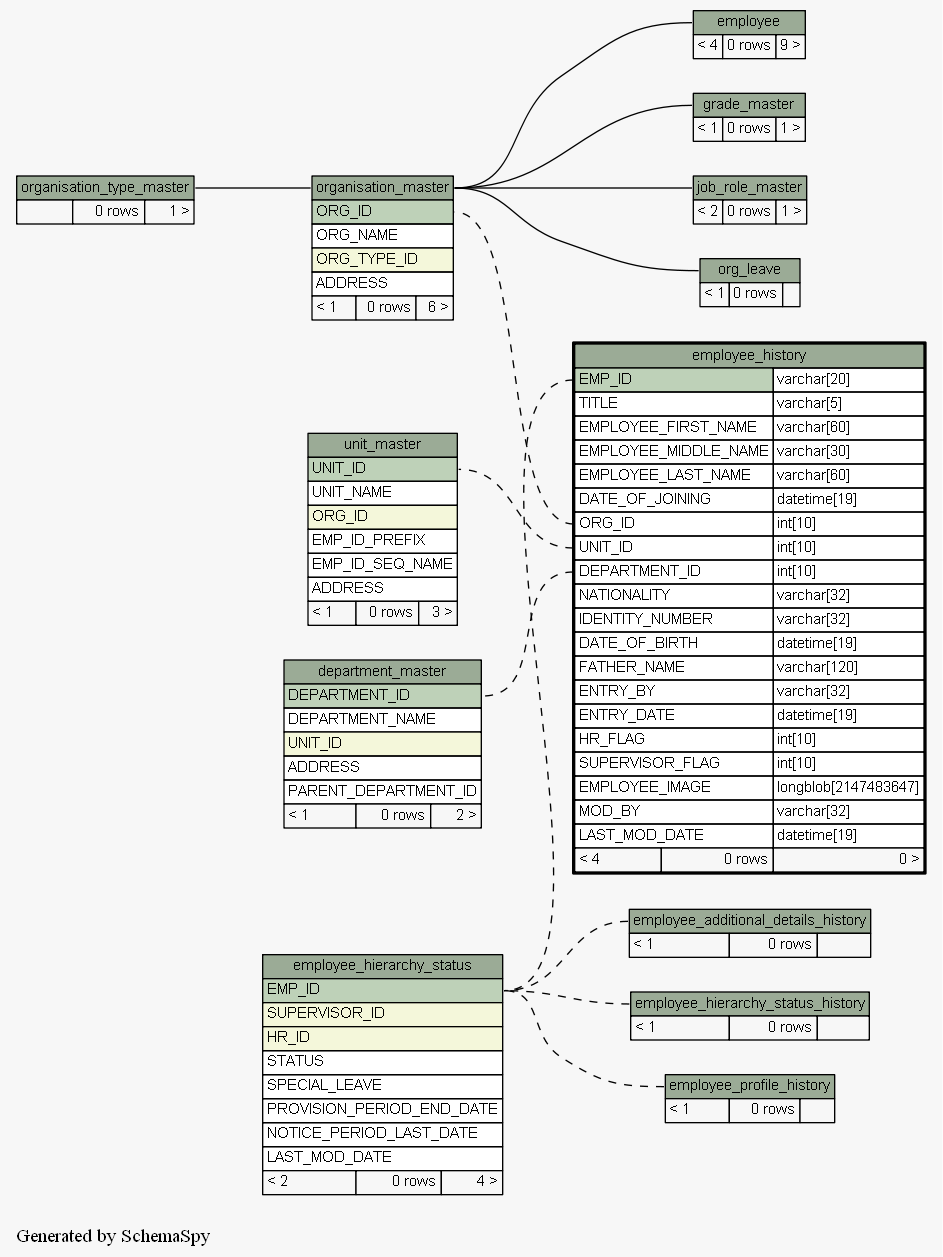
Earlier version of the Graphviz export docs/database/schemaspy/graphs/employee_history.implied2degrees.png (engineerscraft/hrms). Its source is kept beside it as docs/database/schemaspy/graphs/employee_history.implied2degrees.dot. The source it was exported from:
```dot
digraph "impliedTwoDegreesRelationshipsGraph" {
  graph [
    rankdir="RL"
    bgcolor="#f7f7f7"
    label="\nGenerated by SchemaSpy"
    labeljust="l"
  ];
  node [
    fontname="Helvetica"
    fontsize="11"
    shape="plaintext"
  ];
  edge [
    arrowsize="0.8"
  ];
  "employee":"employee.heading":w -> "organisation_master":"organisation_master.heading":e [arrowtail=crowodot arrowhead=none];
  "employee_additional_details_history":"employee_additional_details_history.heading":w -> "employee_hierarchy_status":"EMP_ID":e [arrowtail=crowodot arrowhead=none style=dashed];
  "employee_hierarchy_status_history":"employee_hierarchy_status_history.heading":w -> "employee_hierarchy_status":"EMP_ID":e [arrowtail=tee arrowhead=none style=dashed];
  "employee_history":"DEPARTMENT_ID":w -> "department_master":"DEPARTMENT_ID":e [arrowtail=crowodot arrowhead=none style=dashed];
  "employee_history":"EMP_ID":w -> "employee_hierarchy_status":"EMP_ID":e [arrowtail=tee arrowhead=none style=dashed];
  "employee_history":"ORG_ID":w -> "organisation_master":"ORG_ID":e [arrowtail=crowodot arrowhead=none style=dashed];
  "employee_history":"UNIT_ID":w -> "unit_master":"UNIT_ID":e [arrowtail=crowodot arrowhead=none style=dashed];
  "employee_profile_history":"employee_profile_history.heading":w -> "employee_hierarchy_status":"EMP_ID":e [arrowtail=crowodot arrowhead=none style=dashed];
  "grade_master":"grade_master.heading":w -> "organisation_master":"organisation_master.heading":e [arrowtail=crowodot arrowhead=none];
  "job_role_master":"job_role_master.heading":w -> "organisation_master":"organisation_master.heading":e [arrowtail=crowodot arrowhead=none];
  "org_leave":"org_leave.heading":w -> "organisation_master":"organisation_master.heading":e [arrowtail=crowodot arrowhead=none];
  "organisation_master":"organisation_master.heading":w -> "organisation_type_master":"organisation_type_master.heading":e [arrowtail=crowodot arrowhead=none];
  "department_master" [
    label=<
    <TABLE BORDER="0" CELLBORDER="1" CELLSPACING="0" BGCOLOR="#ffffff">
      <TR><TD PORT="department_master.heading" COLSPAN="3" BGCOLOR="#9bab96" ALIGN="CENTER">department_master</TD></TR>
      <TR><TD PORT="DEPARTMENT_ID" COLSPAN="3" BGCOLOR="#bed1b8" ALIGN="LEFT">DEPARTMENT_ID</TD></TR>
      <TR><TD PORT="DEPARTMENT_NAME" COLSPAN="3" ALIGN="LEFT">DEPARTMENT_NAME</TD></TR>
      <TR><TD PORT="UNIT_ID" COLSPAN="3" BGCOLOR="#f4f7da" ALIGN="LEFT">UNIT_ID</TD></TR>
      <TR><TD PORT="ADDRESS" COLSPAN="3" ALIGN="LEFT">ADDRESS</TD></TR>
      <TR><TD PORT="PARENT_DEPARTMENT_ID" COLSPAN="3" ALIGN="LEFT">PARENT_DEPARTMENT_ID</TD></TR>
      <TR><TD ALIGN="LEFT" BGCOLOR="#f7f7f7">&lt; 1</TD><TD ALIGN="RIGHT" BGCOLOR="#f7f7f7">0 rows</TD><TD ALIGN="RIGHT" BGCOLOR="#f7f7f7">2 &gt;</TD></TR>
    </TABLE>>
    URL="department_master.html#graph"
    tooltip="department_master"
  ];
  "employee" [
    label=<
    <TABLE BORDER="0" CELLBORDER="1" CELLSPACING="0" BGCOLOR="#ffffff">
      <TR><TD PORT="employee.heading" COLSPAN="3" BGCOLOR="#9bab96" ALIGN="CENTER">employee</TD></TR>
      <TR><TD ALIGN="LEFT" BGCOLOR="#f7f7f7">&lt; 4</TD><TD ALIGN="RIGHT" BGCOLOR="#f7f7f7">0 rows</TD><TD ALIGN="RIGHT" BGCOLOR="#f7f7f7">9 &gt;</TD></TR>
    </TABLE>>
    URL="employee.html#graph"
    tooltip="employee"
  ];
  "employee_additional_details_history" [
    label=<
    <TABLE BORDER="0" CELLBORDER="1" CELLSPACING="0" BGCOLOR="#ffffff">
      <TR><TD PORT="employee_additional_details_history.heading" COLSPAN="3" BGCOLOR="#9bab96" ALIGN="CENTER">employee_additional_details_history</TD></TR>
      <TR><TD ALIGN="LEFT" BGCOLOR="#f7f7f7">&lt; 1</TD><TD ALIGN="RIGHT" BGCOLOR="#f7f7f7">0 rows</TD><TD ALIGN="RIGHT" BGCOLOR="#f7f7f7">  </TD></TR>
    </TABLE>>
    URL="employee_additional_details_history.html#graph"
    tooltip="employee_additional_details_history"
  ];
  "employee_hierarchy_status" [
    label=<
    <TABLE BORDER="0" CELLBORDER="1" CELLSPACING="0" BGCOLOR="#ffffff">
      <TR><TD PORT="employee_hierarchy_status.heading" COLSPAN="3" BGCOLOR="#9bab96" ALIGN="CENTER">employee_hierarchy_status</TD></TR>
      <TR><TD PORT="EMP_ID" COLSPAN="3" BGCOLOR="#bed1b8" ALIGN="LEFT">EMP_ID</TD></TR>
      <TR><TD PORT="SUPERVISOR_ID" COLSPAN="3" BGCOLOR="#f4f7da" ALIGN="LEFT">SUPERVISOR_ID</TD></TR>
      <TR><TD PORT="HR_ID" COLSPAN="3" BGCOLOR="#f4f7da" ALIGN="LEFT">HR_ID</TD></TR>
      <TR><TD PORT="STATUS" COLSPAN="3" ALIGN="LEFT">STATUS</TD></TR>
      <TR><TD PORT="SPECIAL_LEAVE" COLSPAN="3" ALIGN="LEFT">SPECIAL_LEAVE</TD></TR>
      <TR><TD PORT="PROVISION_PERIOD_END_DATE" COLSPAN="3" ALIGN="LEFT">PROVISION_PERIOD_END_DATE</TD></TR>
      <TR><TD PORT="NOTICE_PERIOD_LAST_DATE" COLSPAN="3" ALIGN="LEFT">NOTICE_PERIOD_LAST_DATE</TD></TR>
      <TR><TD PORT="LAST_MOD_DATE" COLSPAN="3" ALIGN="LEFT">LAST_MOD_DATE</TD></TR>
      <TR><TD ALIGN="LEFT" BGCOLOR="#f7f7f7">&lt; 2</TD><TD ALIGN="RIGHT" BGCOLOR="#f7f7f7">0 rows</TD><TD ALIGN="RIGHT" BGCOLOR="#f7f7f7">4 &gt;</TD></TR>
    </TABLE>>
    URL="employee_hierarchy_status.html#graph"
    tooltip="employee_hierarchy_status"
  ];
  "employee_hierarchy_status_history" [
    label=<
    <TABLE BORDER="0" CELLBORDER="1" CELLSPACING="0" BGCOLOR="#ffffff">
      <TR><TD PORT="employee_hierarchy_status_history.heading" COLSPAN="3" BGCOLOR="#9bab96" ALIGN="CENTER">employee_hierarchy_status_history</TD></TR>
      <TR><TD ALIGN="LEFT" BGCOLOR="#f7f7f7">&lt; 1</TD><TD ALIGN="RIGHT" BGCOLOR="#f7f7f7">0 rows</TD><TD ALIGN="RIGHT" BGCOLOR="#f7f7f7">  </TD></TR>
    </TABLE>>
    URL="employee_hierarchy_status_history.html#graph"
    tooltip="employee_hierarchy_status_history"
  ];
  "employee_history" [
    label=<
    <TABLE BORDER="2" CELLBORDER="1" CELLSPACING="0" BGCOLOR="#ffffff">
      <TR><TD PORT="employee_history.heading" COLSPAN="3" BGCOLOR="#9bab96" ALIGN="CENTER">employee_history</TD></TR>
      <TR><TD PORT="EMP_ID" COLSPAN="2" BGCOLOR="#bed1b8" ALIGN="LEFT">EMP_ID</TD><TD PORT="EMP_ID.type" ALIGN="LEFT">varchar[20]</TD></TR>
      <TR><TD PORT="TITLE" COLSPAN="2" ALIGN="LEFT">TITLE</TD><TD PORT="TITLE.type" ALIGN="LEFT">varchar[5]</TD></TR>
      <TR><TD PORT="EMPLOYEE_FIRST_NAME" COLSPAN="2" ALIGN="LEFT">EMPLOYEE_FIRST_NAME</TD><TD PORT="EMPLOYEE_FIRST_NAME.type" ALIGN="LEFT">varchar[60]</TD></TR>
      <TR><TD PORT="EMPLOYEE_MIDDLE_NAME" COLSPAN="2" ALIGN="LEFT">EMPLOYEE_MIDDLE_NAME</TD><TD PORT="EMPLOYEE_MIDDLE_NAME.type" ALIGN="LEFT">varchar[30]</TD></TR>
      <TR><TD PORT="EMPLOYEE_LAST_NAME" COLSPAN="2" ALIGN="LEFT">EMPLOYEE_LAST_NAME</TD><TD PORT="EMPLOYEE_LAST_NAME.type" ALIGN="LEFT">varchar[60]</TD></TR>
      <TR><TD PORT="DATE_OF_JOINING" COLSPAN="2" ALIGN="LEFT">DATE_OF_JOINING</TD><TD PORT="DATE_OF_JOINING.type" ALIGN="LEFT">datetime[19]</TD></TR>
      <TR><TD PORT="ORG_ID" COLSPAN="2" ALIGN="LEFT">ORG_ID</TD><TD PORT="ORG_ID.type" ALIGN="LEFT">int[10]</TD></TR>
      <TR><TD PORT="UNIT_ID" COLSPAN="2" ALIGN="LEFT">UNIT_ID</TD><TD PORT="UNIT_ID.type" ALIGN="LEFT">int[10]</TD></TR>
      <TR><TD PORT="DEPARTMENT_ID" COLSPAN="2" ALIGN="LEFT">DEPARTMENT_ID</TD><TD PORT="DEPARTMENT_ID.type" ALIGN="LEFT">int[10]</TD></TR>
      <TR><TD PORT="NATIONALITY" COLSPAN="2" ALIGN="LEFT">NATIONALITY</TD><TD PORT="NATIONALITY.type" ALIGN="LEFT">varchar[32]</TD></TR>
      <TR><TD PORT="IDENTITY_NUMBER" COLSPAN="2" ALIGN="LEFT">IDENTITY_NUMBER</TD><TD PORT="IDENTITY_NUMBER.type" ALIGN="LEFT">varchar[32]</TD></TR>
      <TR><TD PORT="DATE_OF_BIRTH" COLSPAN="2" ALIGN="LEFT">DATE_OF_BIRTH</TD><TD PORT="DATE_OF_BIRTH.type" ALIGN="LEFT">datetime[19]</TD></TR>
      <TR><TD PORT="FATHER_NAME" COLSPAN="2" ALIGN="LEFT">FATHER_NAME</TD><TD PORT="FATHER_NAME.type" ALIGN="LEFT">varchar[120]</TD></TR>
      <TR><TD PORT="ENTRY_BY" COLSPAN="2" ALIGN="LEFT">ENTRY_BY</TD><TD PORT="ENTRY_BY.type" ALIGN="LEFT">varchar[32]</TD></TR>
      <TR><TD PORT="ENTRY_DATE" COLSPAN="2" ALIGN="LEFT">ENTRY_DATE</TD><TD PORT="ENTRY_DATE.type" ALIGN="LEFT">datetime[19]</TD></TR>
      <TR><TD PORT="HR_FLAG" COLSPAN="2" ALIGN="LEFT">HR_FLAG</TD><TD PORT="HR_FLAG.type" ALIGN="LEFT">int[10]</TD></TR>
      <TR><TD PORT="SUPERVISOR_FLAG" COLSPAN="2" ALIGN="LEFT">SUPERVISOR_FLAG</TD><TD PORT="SUPERVISOR_FLAG.type" ALIGN="LEFT">int[10]</TD></TR>
      <TR><TD PORT="EMPLOYEE_IMAGE" COLSPAN="2" ALIGN="LEFT">EMPLOYEE_IMAGE</TD><TD PORT="EMPLOYEE_IMAGE.type" ALIGN="LEFT">longblob[2147483647]</TD></TR>
      <TR><TD PORT="MOD_BY" COLSPAN="2" ALIGN="LEFT">MOD_BY</TD><TD PORT="MOD_BY.type" ALIGN="LEFT">varchar[32]</TD></TR>
      <TR><TD PORT="LAST_MOD_DATE" COLSPAN="2" ALIGN="LEFT">LAST_MOD_DATE</TD><TD PORT="LAST_MOD_DATE.type" ALIGN="LEFT">datetime[19]</TD></TR>
      <TR><TD ALIGN="LEFT" BGCOLOR="#f7f7f7">&lt; 4</TD><TD ALIGN="RIGHT" BGCOLOR="#f7f7f7">0 rows</TD><TD ALIGN="RIGHT" BGCOLOR="#f7f7f7">0 &gt;</TD></TR>
    </TABLE>>
    URL="employee_history.html#"
    tooltip="employee_history"
  ];
  "employee_profile_history" [
    label=<
    <TABLE BORDER="0" CELLBORDER="1" CELLSPACING="0" BGCOLOR="#ffffff">
      <TR><TD PORT="employee_profile_history.heading" COLSPAN="3" BGCOLOR="#9bab96" ALIGN="CENTER">employee_profile_history</TD></TR>
      <TR><TD ALIGN="LEFT" BGCOLOR="#f7f7f7">&lt; 1</TD><TD ALIGN="RIGHT" BGCOLOR="#f7f7f7">0 rows</TD><TD ALIGN="RIGHT" BGCOLOR="#f7f7f7">  </TD></TR>
    </TABLE>>
    URL="employee_profile_history.html#graph"
    tooltip="employee_profile_history"
  ];
  "grade_master" [
    label=<
    <TABLE BORDER="0" CELLBORDER="1" CELLSPACING="0" BGCOLOR="#ffffff">
      <TR><TD PORT="grade_master.heading" COLSPAN="3" BGCOLOR="#9bab96" ALIGN="CENTER">grade_master</TD></TR>
      <TR><TD ALIGN="LEFT" BGCOLOR="#f7f7f7">&lt; 1</TD><TD ALIGN="RIGHT" BGCOLOR="#f7f7f7">0 rows</TD><TD ALIGN="RIGHT" BGCOLOR="#f7f7f7">1 &gt;</TD></TR>
    </TABLE>>
    URL="grade_master.html#graph"
    tooltip="grade_master"
  ];
  "job_role_master" [
    label=<
    <TABLE BORDER="0" CELLBORDER="1" CELLSPACING="0" BGCOLOR="#ffffff">
      <TR><TD PORT="job_role_master.heading" COLSPAN="3" BGCOLOR="#9bab96" ALIGN="CENTER">job_role_master</TD></TR>
      <TR><TD ALIGN="LEFT" BGCOLOR="#f7f7f7">&lt; 2</TD><TD ALIGN="RIGHT" BGCOLOR="#f7f7f7">0 rows</TD><TD ALIGN="RIGHT" BGCOLOR="#f7f7f7">1 &gt;</TD></TR>
    </TABLE>>
    URL="job_role_master.html#graph"
    tooltip="job_role_master"
  ];
  "org_leave" [
    label=<
    <TABLE BORDER="0" CELLBORDER="1" CELLSPACING="0" BGCOLOR="#ffffff">
      <TR><TD PORT="org_leave.heading" COLSPAN="3" BGCOLOR="#9bab96" ALIGN="CENTER">org_leave</TD></TR>
      <TR><TD ALIGN="LEFT" BGCOLOR="#f7f7f7">&lt; 1</TD><TD ALIGN="RIGHT" BGCOLOR="#f7f7f7">0 rows</TD><TD ALIGN="RIGHT" BGCOLOR="#f7f7f7">  </TD></TR>
    </TABLE>>
    URL="org_leave.html#graph"
    tooltip="org_leave"
  ];
  "organisation_master" [
    label=<
    <TABLE BORDER="0" CELLBORDER="1" CELLSPACING="0" BGCOLOR="#ffffff">
      <TR><TD PORT="organisation_master.heading" COLSPAN="3" BGCOLOR="#9bab96" ALIGN="CENTER">organisation_master</TD></TR>
      <TR><TD PORT="ORG_ID" COLSPAN="3" BGCOLOR="#bed1b8" ALIGN="LEFT">ORG_ID</TD></TR>
      <TR><TD PORT="ORG_NAME" COLSPAN="3" ALIGN="LEFT">ORG_NAME</TD></TR>
      <TR><TD PORT="ORG_TYPE_ID" COLSPAN="3" BGCOLOR="#f4f7da" ALIGN="LEFT">ORG_TYPE_ID</TD></TR>
      <TR><TD PORT="ADDRESS" COLSPAN="3" ALIGN="LEFT">ADDRESS</TD></TR>
      <TR><TD ALIGN="LEFT" BGCOLOR="#f7f7f7">&lt; 1</TD><TD ALIGN="RIGHT" BGCOLOR="#f7f7f7">0 rows</TD><TD ALIGN="RIGHT" BGCOLOR="#f7f7f7">6 &gt;</TD></TR>
    </TABLE>>
    URL="organisation_master.html#graph"
    tooltip="organisation_master"
  ];
  "organisation_type_master" [
    label=<
    <TABLE BORDER="0" CELLBORDER="1" CELLSPACING="0" BGCOLOR="#ffffff">
      <TR><TD PORT="organisation_type_master.heading" COLSPAN="3" BGCOLOR="#9bab96" ALIGN="CENTER">organisation_type_master</TD></TR>
      <TR><TD ALIGN="LEFT" BGCOLOR="#f7f7f7">  </TD><TD ALIGN="RIGHT" BGCOLOR="#f7f7f7">0 rows</TD><TD ALIGN="RIGHT" BGCOLOR="#f7f7f7">1 &gt;</TD></TR>
    </TABLE>>
    URL="organisation_type_master.html#graph"
    tooltip="organisation_type_master"
  ];
  "unit_master" [
    label=<
    <TABLE BORDER="0" CELLBORDER="1" CELLSPACING="0" BGCOLOR="#ffffff">
      <TR><TD PORT="unit_master.heading" COLSPAN="3" BGCOLOR="#9bab96" ALIGN="CENTER">unit_master</TD></TR>
      <TR><TD PORT="UNIT_ID" COLSPAN="3" BGCOLOR="#bed1b8" ALIGN="LEFT">UNIT_ID</TD></TR>
      <TR><TD PORT="UNIT_NAME" COLSPAN="3" ALIGN="LEFT">UNIT_NAME</TD></TR>
      <TR><TD PORT="ORG_ID" COLSPAN="3" BGCOLOR="#f4f7da" ALIGN="LEFT">ORG_ID</TD></TR>
      <TR><TD PORT="EMP_ID_PREFIX" COLSPAN="3" ALIGN="LEFT">EMP_ID_PREFIX</TD></TR>
      <TR><TD PORT="EMP_ID_SEQ_NAME" COLSPAN="3" ALIGN="LEFT">EMP_ID_SEQ_NAME</TD></TR>
      <TR><TD PORT="ADDRESS" COLSPAN="3" ALIGN="LEFT">ADDRESS</TD></TR>
      <TR><TD ALIGN="LEFT" BGCOLOR="#f7f7f7">&lt; 1</TD><TD ALIGN="RIGHT" BGCOLOR="#f7f7f7">0 rows</TD><TD ALIGN="RIGHT" BGCOLOR="#f7f7f7">3 &gt;</TD></TR>
    </TABLE>>
    URL="unit_master.html#graph"
    tooltip="unit_master"
  ];
}
```
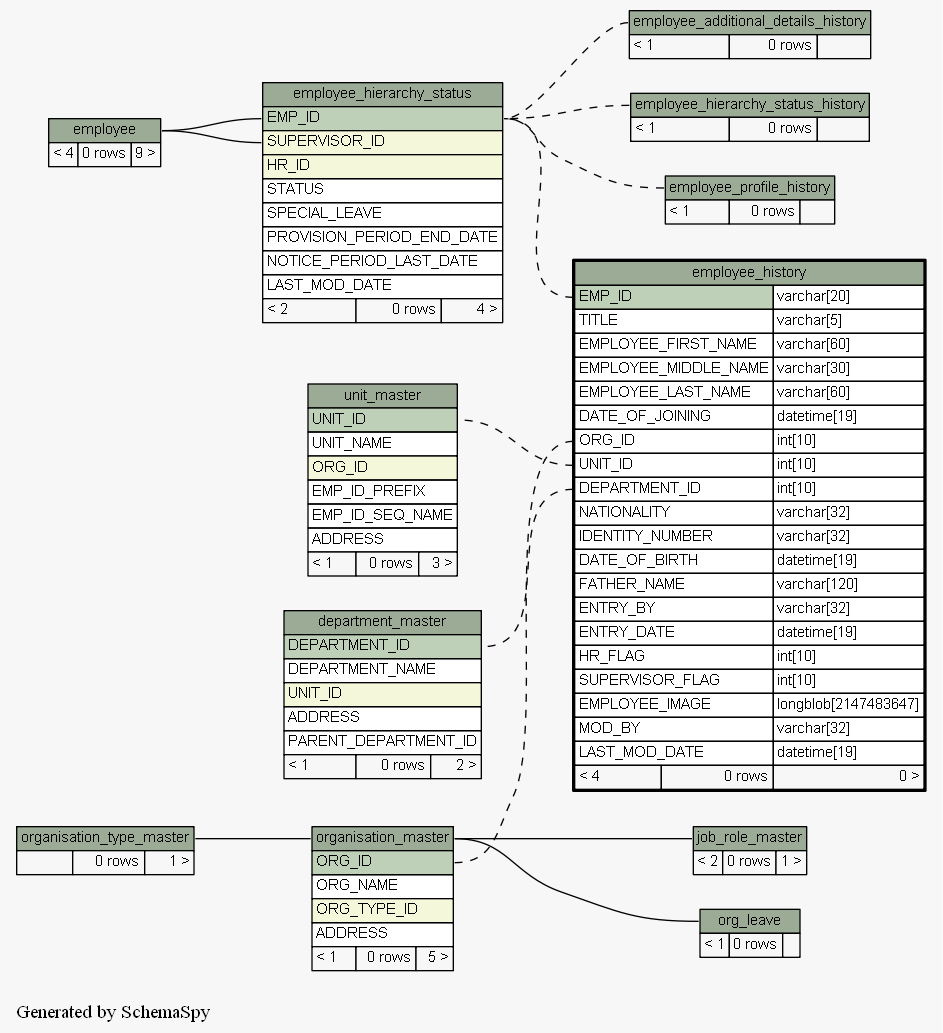
The same diagram one commit later.

Change to the diagram source:
```diff
@@ -13,15 +13,15 @@
   edge [
     arrowsize="0.8"
   ];
-  "employee":"employee.heading":w -> "organisation_master":"organisation_master.heading":e [arrowtail=crowodot arrowhead=none];
   "employee_additional_details_history":"employee_additional_details_history.heading":w -> "employee_hierarchy_status":"EMP_ID":e [arrowtail=crowodot arrowhead=none style=dashed];
+  "employee_hierarchy_status":"EMP_ID":w -> "employee":"employee.heading":e [arrowtail=tee arrowhead=none];
+  "employee_hierarchy_status":"SUPERVISOR_ID":w -> "employee":"employee.heading":e [arrowtail=crowodot arrowhead=none];
   "employee_hierarchy_status_history":"employee_hierarchy_status_history.heading":w -> "employee_hierarchy_status":"EMP_ID":e [arrowtail=tee arrowhead=none style=dashed];
   "employee_history":"DEPARTMENT_ID":w -> "department_master":"DEPARTMENT_ID":e [arrowtail=crowodot arrowhead=none style=dashed];
   "employee_history":"EMP_ID":w -> "employee_hierarchy_status":"EMP_ID":e [arrowtail=tee arrowhead=none style=dashed];
   "employee_history":"ORG_ID":w -> "organisation_master":"ORG_ID":e [arrowtail=crowodot arrowhead=none style=dashed];
   "employee_history":"UNIT_ID":w -> "unit_master":"UNIT_ID":e [arrowtail=crowodot arrowhead=none style=dashed];
   "employee_profile_history":"employee_profile_history.heading":w -> "employee_hierarchy_status":"EMP_ID":e [arrowtail=crowodot arrowhead=none style=dashed];
-  "grade_master":"grade_master.heading":w -> "organisation_master":"organisation_master.heading":e [arrowtail=crowodot arrowhead=none];
   "job_role_master":"job_role_master.heading":w -> "organisation_master":"organisation_master.heading":e [arrowtail=crowodot arrowhead=none];
   "org_leave":"org_leave.heading":w -> "organisation_master":"organisation_master.heading":e [arrowtail=crowodot arrowhead=none];
   "organisation_master":"organisation_master.heading":w -> "organisation_type_master":"organisation_type_master.heading":e [arrowtail=crowodot arrowhead=none];
@@ -121,15 +121,6 @@
     URL="employee_profile_history.html#graph"
     tooltip="employee_profile_history"
   ];
-  "grade_master" [
-    label=<
-    <TABLE BORDER="0" CELLBORDER="1" CELLSPACING="0" BGCOLOR="#ffffff">
-      <TR><TD PORT="grade_master.heading" COLSPAN="3" BGCOLOR="#9bab96" ALIGN="CENTER">grade_master</TD></TR>
-      <TR><TD ALIGN="LEFT" BGCOLOR="#f7f7f7">&lt; 1</TD><TD ALIGN="RIGHT" BGCOLOR="#f7f7f7">0 rows</TD><TD ALIGN="RIGHT" BGCOLOR="#f7f7f7">1 &gt;</TD></TR>
-    </TABLE>>
-    URL="grade_master.html#graph"
-    tooltip="grade_master"
-  ];
   "job_role_master" [
     label=<
     <TABLE BORDER="0" CELLBORDER="1" CELLSPACING="0" BGCOLOR="#ffffff">
@@ -156,7 +147,7 @@
       <TR><TD PORT="ORG_NAME" COLSPAN="3" ALIGN="LEFT">ORG_NAME</TD></TR>
       <TR><TD PORT="ORG_TYPE_ID" COLSPAN="3" BGCOLOR="#f4f7da" ALIGN="LEFT">ORG_TYPE_ID</TD></TR>
       <TR><TD PORT="ADDRESS" COLSPAN="3" ALIGN="LEFT">ADDRESS</TD></TR>
-      <TR><TD ALIGN="LEFT" BGCOLOR="#f7f7f7">&lt; 1</TD><TD ALIGN="RIGHT" BGCOLOR="#f7f7f7">0 rows</TD><TD ALIGN="RIGHT" BGCOLOR="#f7f7f7">6 &gt;</TD></TR>
+      <TR><TD ALIGN="LEFT" BGCOLOR="#f7f7f7">&lt; 1</TD><TD ALIGN="RIGHT" BGCOLOR="#f7f7f7">0 rows</TD><TD ALIGN="RIGHT" BGCOLOR="#f7f7f7">5 &gt;</TD></TR>
     </TABLE>>
     URL="organisation_master.html#graph"
     tooltip="organisation_master"
```
